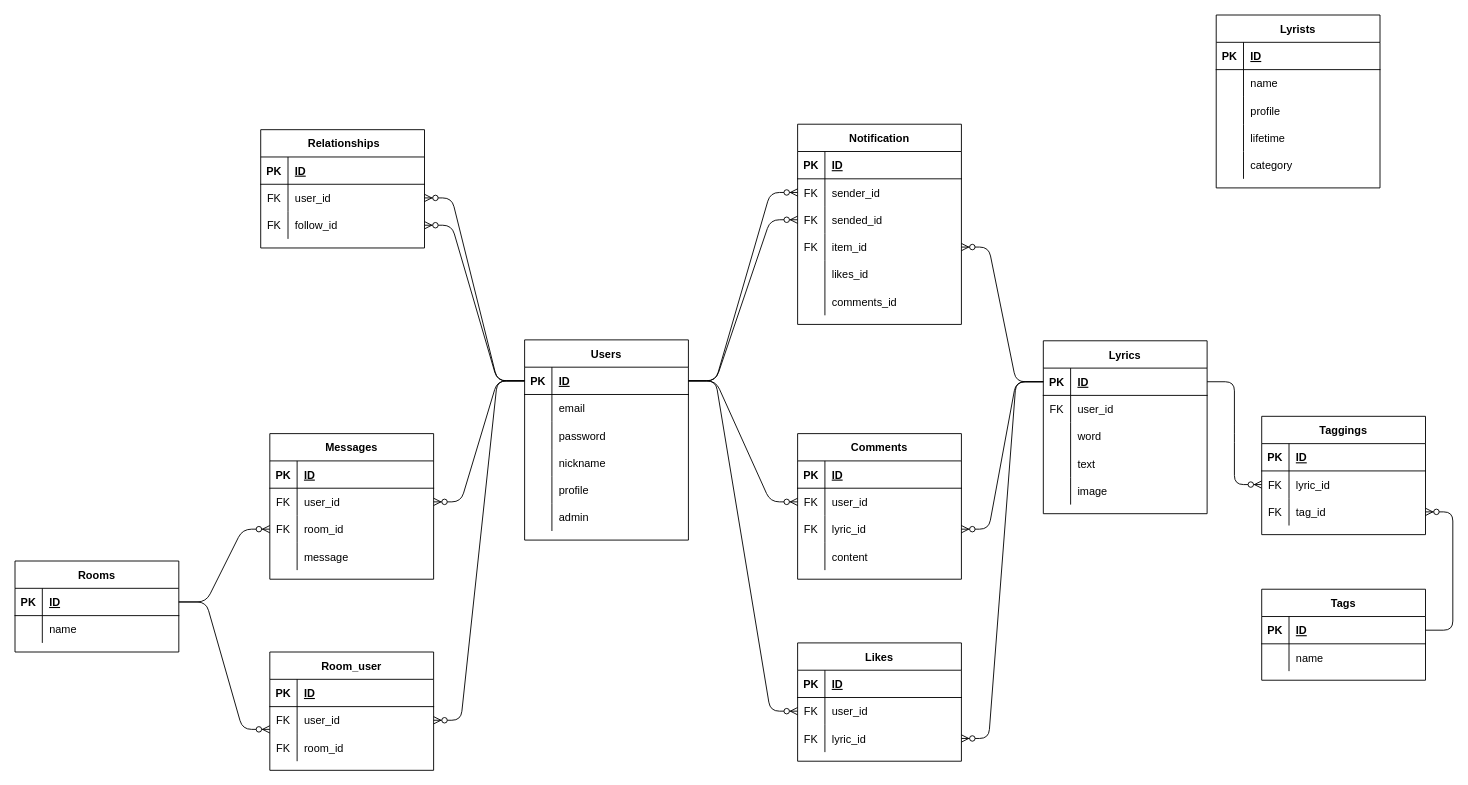
The draw.io diagram lyricomic.dio in fmnature/lyricomic, before the edit. Source tidied: cells renumbered, new cells numbered last; positions are measured from the earlier drawing's top-left corner, leaving out a move shared by most shapes. Both pictures are drawn from the tidied source at 91%, with x=0, y=0 at pixel (15, 15).
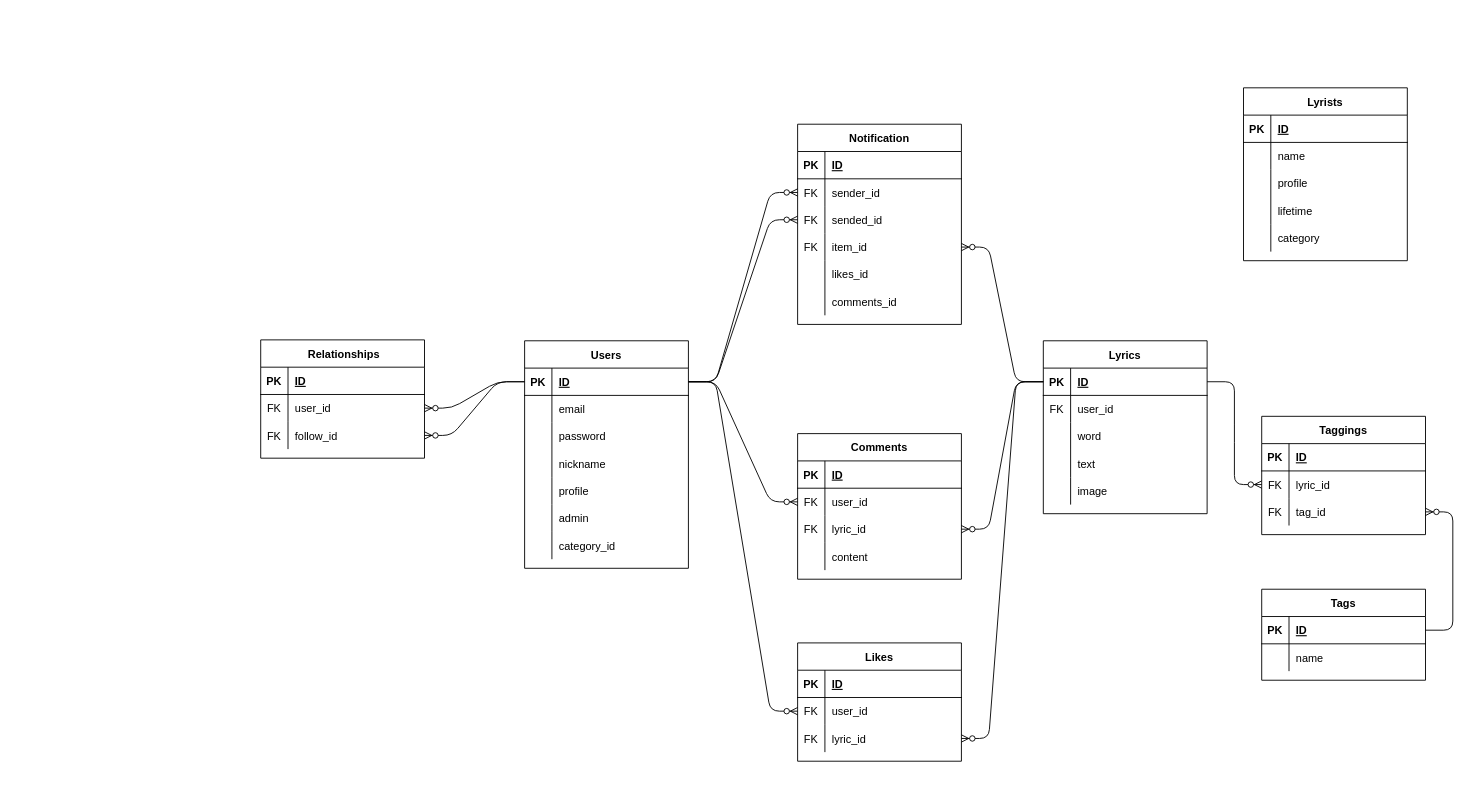
The same diagram, later.

The change refers to these unchanged cells:
```xml
<mxCell id="3" style="shape=partialRectangle;fillColor=none;top=0;left=0;bottom=1;right=0;points=[[0,0.5],[1,0.5]];portConstraint=eastwest;" parent="2" vertex="1">
  <mxGeometry y="30" width="180" height="30" as="geometry" />
</mxCell>
```

What changed in the source:
```diff
@@
     <mxCell id="2" value="Users" style="shape=table;startSize=30;childLayout=tableLayout;rowLines=0;fontStyle=1;align=center;" parent="1" vertex="1">
-      <mxGeometry x="560" y="357" width="180" height="220" as="geometry" />
+      <mxGeometry x="560" y="358" width="180" height="250" as="geometry" />
     </mxCell>
@@
+    <mxCell id="167" style="shape=partialRectangle;fillColor=none;top=0;left=0;bottom=0;right=0;" parent="2" vertex="1">
+      <mxGeometry y="210" width="180" height="30" as="geometry" />
+    </mxCell>
+    <mxCell id="168" style="shape=partialRectangle;fillColor=none;top=0;left=0;bottom=0;right=0;overflow=hidden;" parent="167" vertex="1">
+      <mxGeometry width="30" height="30" as="geometry" />
+    </mxCell>
+    <mxCell id="169" value="category_id" style="shape=partialRectangle;fillColor=none;top=0;left=0;bottom=0;right=0;align=left;spacingLeft=6;overflow=hidden;" parent="167" vertex="1">
+      <mxGeometry x="30" width="150" height="30" as="geometry" />
+    </mxCell>
@@
     <mxCell id="89" value=" Relationships" style="shape=table;startSize=30;childLayout=tableLayout;rowLines=0;fontStyle=1;align=center;" parent="1" vertex="1">
-      <mxGeometry x="270" y="126" width="180" height="130" as="geometry" />
+      <mxGeometry x="270" y="357" width="180" height="130" as="geometry" />
     </mxCell>
@@
-    <mxCell id="107" value="Rooms" style="shape=table;startSize=30;childLayout=tableLayout;rowLines=0;fontStyle=1;align=center;" parent="1" vertex="1">
-      <mxGeometry y="600" width="180" height="100" as="geometry" />
-    </mxCell>
-    <mxCell id="108" style="shape=partialRectangle;fillColor=none;top=0;left=0;bottom=1;right=0;points=[[0,0.5],[1,0.5]];portConstraint=eastwest;" parent="107" vertex="1">
-      <mxGeometry y="30" width="180" height="30" as="geometry" />
-    </mxCell>
-    <mxCell id="109" value="PK" style="shape=partialRectangle;fillColor=none;top=0;left=0;bottom=0;right=0;fontStyle=1;overflow=hidden;" parent="108" vertex="1">
-      <mxGeometry width="30" height="30" as="geometry" />
-    </mxCell>
-    <mxCell id="110" value="ID" style="shape=partialRectangle;fillColor=none;top=0;left=0;bottom=0;right=0;align=left;spacingLeft=6;fontStyle=5;overflow=hidden;" parent="108" vertex="1">
-      <mxGeometry x="30" width="150" height="30" as="geometry" />
-    </mxCell>
-    <mxCell id="111" style="shape=partialRectangle;fillColor=none;top=0;left=0;bottom=0;right=0;" parent="107" vertex="1">
-      <mxGeometry y="60" width="180" height="30" as="geometry" />
-    </mxCell>
-    <mxCell id="112" style="shape=partialRectangle;fillColor=none;top=0;left=0;bottom=0;right=0;overflow=hidden;" parent="111" vertex="1">
-      <mxGeometry width="30" height="30" as="geometry" />
-    </mxCell>
-    <mxCell id="113" value="name" style="shape=partialRectangle;fillColor=none;top=0;left=0;bottom=0;right=0;align=left;spacingLeft=6;overflow=hidden;" parent="111" vertex="1">
-      <mxGeometry x="30" width="150" height="30" as="geometry" />
-    </mxCell>
-    <mxCell id="114" value="Messages" style="shape=table;startSize=30;childLayout=tableLayout;rowLines=0;fontStyle=1;align=center;" parent="1" vertex="1">
-      <mxGeometry x="280" y="460" width="180" height="160" as="geometry" />
-    </mxCell>
-    <mxCell id="115" style="shape=partialRectangle;fillColor=none;top=0;left=0;bottom=1;right=0;" parent="114" vertex="1">
-      <mxGeometry y="30" width="180" height="30" as="geometry" />
-    </mxCell>
-    <mxCell id="116" value="PK" style="shape=partialRectangle;fillColor=none;top=0;left=0;bottom=0;right=0;fontStyle=1;overflow=hidden;" parent="115" vertex="1">
-      <mxGeometry width="30" height="30" as="geometry" />
-    </mxCell>
-    <mxCell id="117" value="ID" style="shape=partialRectangle;fillColor=none;top=0;left=0;bottom=0;right=0;align=left;spacingLeft=6;fontStyle=5;overflow=hidden;" parent="115" vertex="1">
-      <mxGeometry x="30" width="150" height="30" as="geometry" />
-    </mxCell>
-    <mxCell id="118" style="shape=partialRectangle;fillColor=none;top=0;left=0;bottom=0;right=0;points=[[0,0.5],[1,0.5]];portConstraint=eastwest;" parent="114" vertex="1">
-      <mxGeometry y="60" width="180" height="30" as="geometry" />
-    </mxCell>
-    <mxCell id="119" value="FK" style="shape=partialRectangle;fillColor=none;top=0;left=0;bottom=0;right=0;fontStyle=0;overflow=hidden;" parent="118" vertex="1">
-      <mxGeometry width="30" height="30" as="geometry" />
-    </mxCell>
-    <mxCell id="120" value="user_id" style="shape=partialRectangle;fillColor=none;top=0;left=0;bottom=0;right=0;align=left;spacingLeft=6;fontStyle=0;overflow=hidden;" parent="118" vertex="1">
-      <mxGeometry x="30" width="150" height="30" as="geometry" />
-    </mxCell>
-    <mxCell id="121" style="shape=partialRectangle;fillColor=none;top=0;left=0;bottom=0;right=0;points=[[0,0.5],[1,0.5]];portConstraint=eastwest;" parent="114" vertex="1">
-      <mxGeometry y="90" width="180" height="30" as="geometry" />
-    </mxCell>
-    <mxCell id="122" value="FK" style="shape=partialRectangle;fillColor=none;top=0;left=0;bottom=0;right=0;fontStyle=0;overflow=hidden;" parent="121" vertex="1">
-      <mxGeometry width="30" height="30" as="geometry" />
-    </mxCell>
-    <mxCell id="123" value="room_id" style="shape=partialRectangle;fillColor=none;top=0;left=0;bottom=0;right=0;align=left;spacingLeft=6;fontStyle=0;overflow=hidden;" parent="121" vertex="1">
-      <mxGeometry x="30" width="150" height="30" as="geometry" />
-    </mxCell>
-    <mxCell id="124" style="shape=partialRectangle;fillColor=none;top=0;left=0;bottom=0;right=0;" parent="114" vertex="1">
-      <mxGeometry y="120" width="180" height="30" as="geometry" />
-    </mxCell>
-    <mxCell id="125" style="shape=partialRectangle;fillColor=none;top=0;left=0;bottom=0;right=0;overflow=hidden;" parent="124" vertex="1">
-      <mxGeometry width="30" height="30" as="geometry" />
-    </mxCell>
-    <mxCell id="126" value="message" style="shape=partialRectangle;fillColor=none;top=0;left=0;bottom=0;right=0;align=left;spacingLeft=6;overflow=hidden;" parent="124" vertex="1">
-      <mxGeometry x="30" width="150" height="30" as="geometry" />
-    </mxCell>
-    <mxCell id="127" value="Room_user" style="shape=table;startSize=30;childLayout=tableLayout;rowLines=0;fontStyle=1;align=center;" parent="1" vertex="1">
-      <mxGeometry x="280" y="700" width="180" height="130" as="geometry" />
-    </mxCell>
-    <mxCell id="128" style="shape=partialRectangle;fillColor=none;top=0;left=0;bottom=1;right=0;" parent="127" vertex="1">
-      <mxGeometry y="30" width="180" height="30" as="geometry" />
-    </mxCell>
-    <mxCell id="129" value="PK" style="shape=partialRectangle;fillColor=none;top=0;left=0;bottom=0;right=0;fontStyle=1;overflow=hidden;" parent="128" vertex="1">
-      <mxGeometry width="30" height="30" as="geometry" />
-    </mxCell>
-    <mxCell id="130" value="ID" style="shape=partialRectangle;fillColor=none;top=0;left=0;bottom=0;right=0;align=left;spacingLeft=6;fontStyle=5;overflow=hidden;" parent="128" vertex="1">
-      <mxGeometry x="30" width="150" height="30" as="geometry" />
-    </mxCell>
-    <mxCell id="131" style="shape=partialRectangle;fillColor=none;top=0;left=0;bottom=0;right=0;points=[[0,0.5],[1,0.5]];portConstraint=eastwest;" parent="127" vertex="1">
-      <mxGeometry y="60" width="180" height="30" as="geometry" />
-    </mxCell>
-    <mxCell id="132" value="FK" style="shape=partialRectangle;fillColor=none;top=0;left=0;bottom=0;right=0;fontStyle=0;overflow=hidden;" parent="131" vertex="1">
-      <mxGeometry width="30" height="30" as="geometry" />
-    </mxCell>
-    <mxCell id="133" value="user_id" style="shape=partialRectangle;fillColor=none;top=0;left=0;bottom=0;right=0;align=left;spacingLeft=6;fontStyle=0;overflow=hidden;" parent="131" vertex="1">
-      <mxGeometry x="30" width="150" height="30" as="geometry" />
-    </mxCell>
-    <mxCell id="134" style="shape=partialRectangle;fillColor=none;top=0;left=0;bottom=0;right=0;" parent="127" vertex="1">
-      <mxGeometry y="90" width="180" height="30" as="geometry" />
-    </mxCell>
-    <mxCell id="135" value="FK" style="shape=partialRectangle;fillColor=none;top=0;left=0;bottom=0;right=0;fontStyle=0;overflow=hidden;" parent="134" vertex="1">
-      <mxGeometry width="30" height="30" as="geometry" />
-    </mxCell>
-    <mxCell id="136" value="room_id" style="shape=partialRectangle;fillColor=none;top=0;left=0;bottom=0;right=0;align=left;spacingLeft=6;fontStyle=0;overflow=hidden;" parent="134" vertex="1">
-      <mxGeometry x="30" width="150" height="30" as="geometry" />
-    </mxCell>
-    <mxCell id="137" style="edgeStyle=entityRelationEdgeStyle;fontSize=12;html=1;endArrow=ERzeroToMany;endFill=1;exitX=0;exitY=0.5;exitDx=0;exitDy=0;entryX=1;entryY=0.5;entryDx=0;entryDy=0;" parent="1" edge="1" source="3" target="118">
-      <mxGeometry relative="1" as="geometry" />
-    </mxCell>
-    <mxCell id="138" style="edgeStyle=entityRelationEdgeStyle;fontSize=12;html=1;endArrow=ERzeroToMany;endFill=1;exitX=0;exitY=0.5;exitDx=0;exitDy=0;entryX=1;entryY=0.5;entryDx=0;entryDy=0;" parent="1" edge="1" source="3" target="131">
-      <mxGeometry relative="1" as="geometry" />
-    </mxCell>
-    <mxCell id="139" style="edgeStyle=entityRelationEdgeStyle;fontSize=12;html=1;endArrow=ERzeroToMany;endFill=1;exitX=1;exitY=0.5;exitDx=0;exitDy=0;" parent="1" edge="1" source="108">
-      <mxGeometry relative="1" as="geometry">
-        <mxPoint x="280" y="785" as="targetPoint" />
-      </mxGeometry>
-    </mxCell>
-    <mxCell id="140" style="edgeStyle=entityRelationEdgeStyle;fontSize=12;html=1;endArrow=ERzeroToMany;endFill=1;entryX=0;entryY=0.5;entryDx=0;entryDy=0;exitX=1;exitY=0.5;exitDx=0;exitDy=0;" parent="1" edge="1" source="108" target="121">
-      <mxGeometry relative="1" as="geometry" />
-    </mxCell>
     <mxCell id="141" value="Lyrists" style="shape=table;startSize=30;childLayout=tableLayout;rowLines=0;fontStyle=1;align=center;" parent="1" vertex="1">
-      <mxGeometry x="1320" width="180" height="190" as="geometry" />
+      <mxGeometry x="1350" y="80" width="180" height="190" as="geometry" />
     </mxCell>
```
